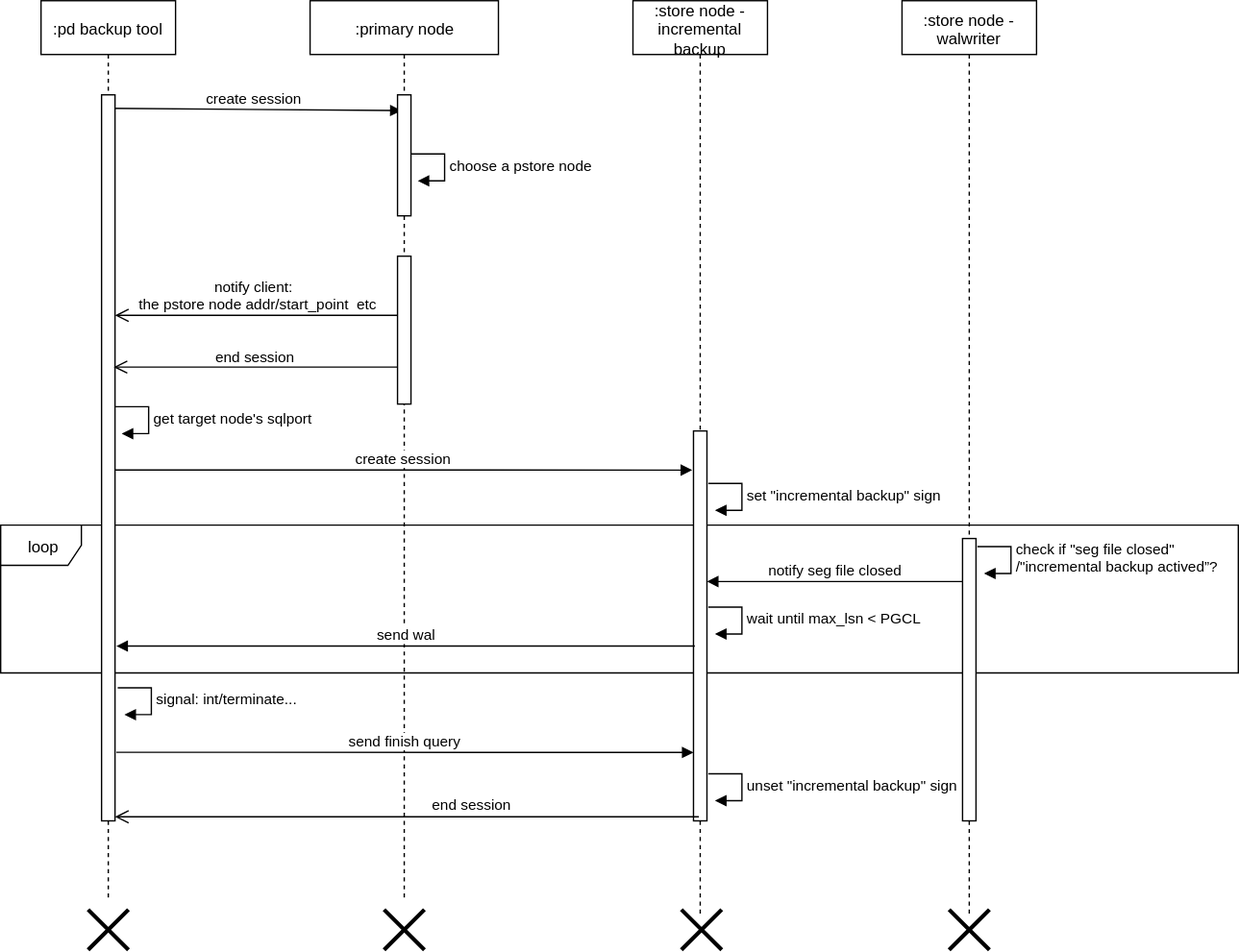
simbahebinbo/smallfat.github.io keeps this draw.io diagram as attachments/1648606565569.drawio.svg. Above is the earlier version. Source tidied: cells renumbered, new cells last; positions are measured from the earlier drawing's top-left corner, leaving out a move shared by most shapes.
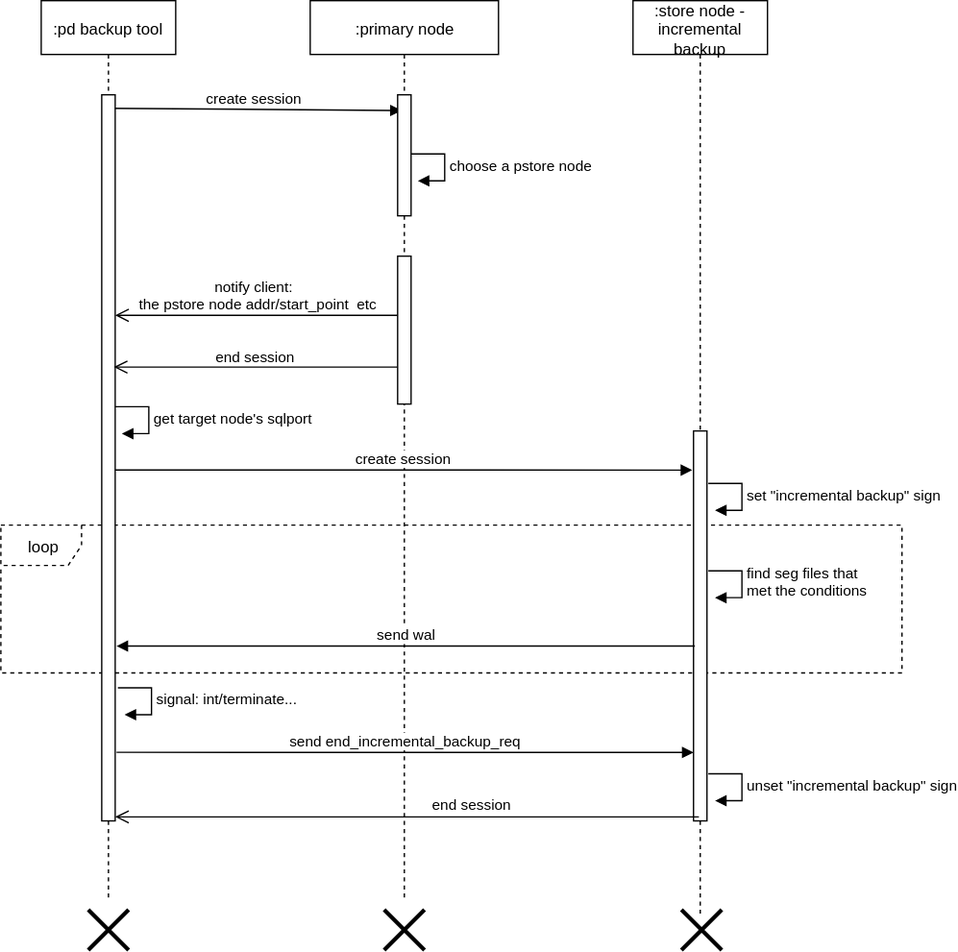
After the commit.

Commit message:
添加附件 : attachments/1648606565569.drawio.svg

Diff of the diagram source:
```diff
@@ -2,8 +2,8 @@
   <root>
     <mxCell id="0" />
     <mxCell id="1" parent="0" />
-    <mxCell id="2" value="loop" style="shape=umlFrame;whiteSpace=wrap;html=1;" parent="1" vertex="1">
-      <mxGeometry y="390" width="920" height="110" as="geometry" />
+    <mxCell id="2" value="loop" style="shape=umlFrame;whiteSpace=wrap;html=1;dashed=1;" parent="1" vertex="1">
+      <mxGeometry y="390" width="670" height="110" as="geometry" />
     </mxCell>
     <mxCell id="3" value=":pd backup tool" style="shape=umlLifeline;perimeter=lifelinePerimeter;whiteSpace=wrap;html=1;" parent="1" vertex="1">
       <mxGeometry x="30" width="100" height="670" as="geometry" />
@@ -88,28 +88,7 @@
         </Array>
       </mxGeometry>
     </mxCell>
-    <mxCell id="21" value=":store node - walwriter" style="shape=umlLifeline;perimeter=lifelinePerimeter;whiteSpace=wrap;html=1;" parent="1" vertex="1">
-      <mxGeometry x="670" width="100" height="680" as="geometry" />
-    </mxCell>
-    <mxCell id="22" style="html=1;perimeter=orthogonalPerimeter;" parent="21" vertex="1">
-      <mxGeometry x="45" y="400" width="10" height="210" as="geometry" />
-    </mxCell>
-    <mxCell id="23" value="check if &quot;seg file closed&quot;&lt;br&gt;/&quot;incremental backup actived”?" style="edgeStyle=orthogonalEdgeStyle;html=1;align=left;spacingLeft=2;endArrow=block;rounded=0;entryX=1;entryY=0;" parent="1" edge="1">
-      <mxGeometry relative="1" as="geometry">
-        <mxPoint x="726" y="406" as="sourcePoint" />
-        <mxPoint x="731" y="426" as="targetPoint" />
-        <Array as="points">
-          <mxPoint x="751" y="406" />
-        </Array>
-      </mxGeometry>
-    </mxCell>
-    <mxCell id="24" value="notify seg file closed" style="html=1;verticalAlign=bottom;endArrow=block;" parent="1" edge="1">
-      <mxGeometry relative="1" as="geometry">
-        <mxPoint x="715" y="432" as="sourcePoint" />
-        <mxPoint x="525" y="432" as="targetPoint" />
-      </mxGeometry>
-    </mxCell>
-    <mxCell id="25" value="send finish query" style="html=1;verticalAlign=bottom;endArrow=block;entryX=-0.1;entryY=0.076;entryDx=0;entryDy=0;entryPerimeter=0;exitX=1;exitY=0.4;exitDx=0;exitDy=0;exitPerimeter=0;" parent="1" edge="1">
+    <mxCell id="25" value="send end_incremental_backup_req" style="html=1;verticalAlign=bottom;endArrow=block;entryX=-0.1;entryY=0.076;entryDx=0;entryDy=0;entryPerimeter=0;exitX=1;exitY=0.4;exitDx=0;exitDy=0;exitPerimeter=0;" parent="1" edge="1">
       <mxGeometry relative="1" as="geometry">
         <mxPoint x="86" y="559" as="sourcePoint" />
         <mxPoint x="515" y="559.1" as="targetPoint" />
@@ -142,15 +121,12 @@
         </Array>
       </mxGeometry>
     </mxCell>
-    <mxCell id="29" style="shape=umlDestroy;whiteSpace=wrap;html=1;strokeWidth=3;" parent="1" vertex="1">
-      <mxGeometry x="705" y="676" width="30" height="30" as="geometry" />
-    </mxCell>
-    <mxCell id="30" value="wait until max_lsn &amp;lt; PGCL" style="edgeStyle=orthogonalEdgeStyle;html=1;align=left;spacingLeft=2;endArrow=block;rounded=0;entryX=1;entryY=0;" parent="1" edge="1">
+    <mxCell id="30" value="find seg files that &lt;br&gt;met the conditions" style="edgeStyle=orthogonalEdgeStyle;html=1;align=left;spacingLeft=2;endArrow=block;rounded=0;entryX=1;entryY=0;" parent="1" edge="1">
       <mxGeometry relative="1" as="geometry">
-        <mxPoint x="526" y="451" as="sourcePoint" />
-        <mxPoint x="531" y="471" as="targetPoint" />
+        <mxPoint x="526" y="424" as="sourcePoint" />
+        <mxPoint x="531" y="444" as="targetPoint" />
         <Array as="points">
-          <mxPoint x="551" y="451" />
+          <mxPoint x="551" y="424" />
         </Array>
       </mxGeometry>
     </mxCell>
```
